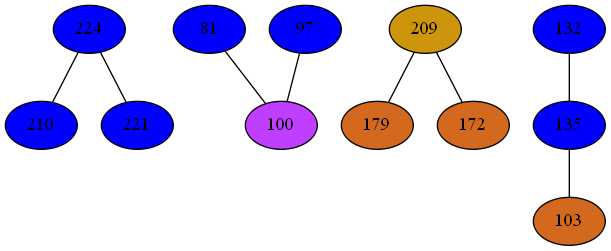
Before: Compiler/33phiGraph.png, a diagram exported from Graphviz (mbajaj92/Project-Astoria). Its source is kept beside it as Compiler/33phiGraph.dot.
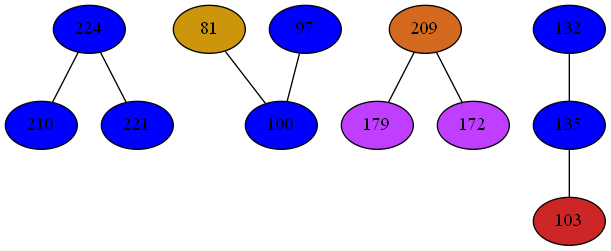
After the commit.

What changed in the source:
```diff
@@ -2,18 +2,18 @@
 224[label="224" style=filled fillcolor="blue1"];
 224 -- 210
 224 -- 221
-81[label="81" style=filled fillcolor="blue1"];
+81[label="81" style=filled fillcolor="darkgoldenrod3"];
 81 -- 100
 97[label="97" style=filled fillcolor="blue1"];
 97 -- 100
-209[label="209" style=filled fillcolor="darkgoldenrod3"];
+209[label="209" style=filled fillcolor="chocolate"];
 209 -- 179
 209 -- 172
 210[label="210" style=filled fillcolor="blue1"];
 210 -- 224
-179[label="179" style=filled fillcolor="chocolate"];
+179[label="179" style=filled fillcolor="darkorchid1"];
 179 -- 209
-100[label="100" style=filled fillcolor="darkorchid1"];
+100[label="100" style=filled fillcolor="blue1"];
 100 -- 81
 100 -- 97
 132[label="132" style=filled fillcolor="blue1"];
@@ -21,9 +21,9 @@
 135[label="135" style=filled fillcolor="blue1"];
 135 -- 132
 135 -- 103
-103[label="103" style=filled fillcolor="chocolate"];
+103[label="103" style=filled fillcolor="firebrick3"];
 103 -- 135
-172[label="172" style=filled fillcolor="chocolate"];
+172[label="172" style=filled fillcolor="darkorchid1"];
 172 -- 209
 221[label="221" style=filled fillcolor="blue1"];
 221 -- 224
```
